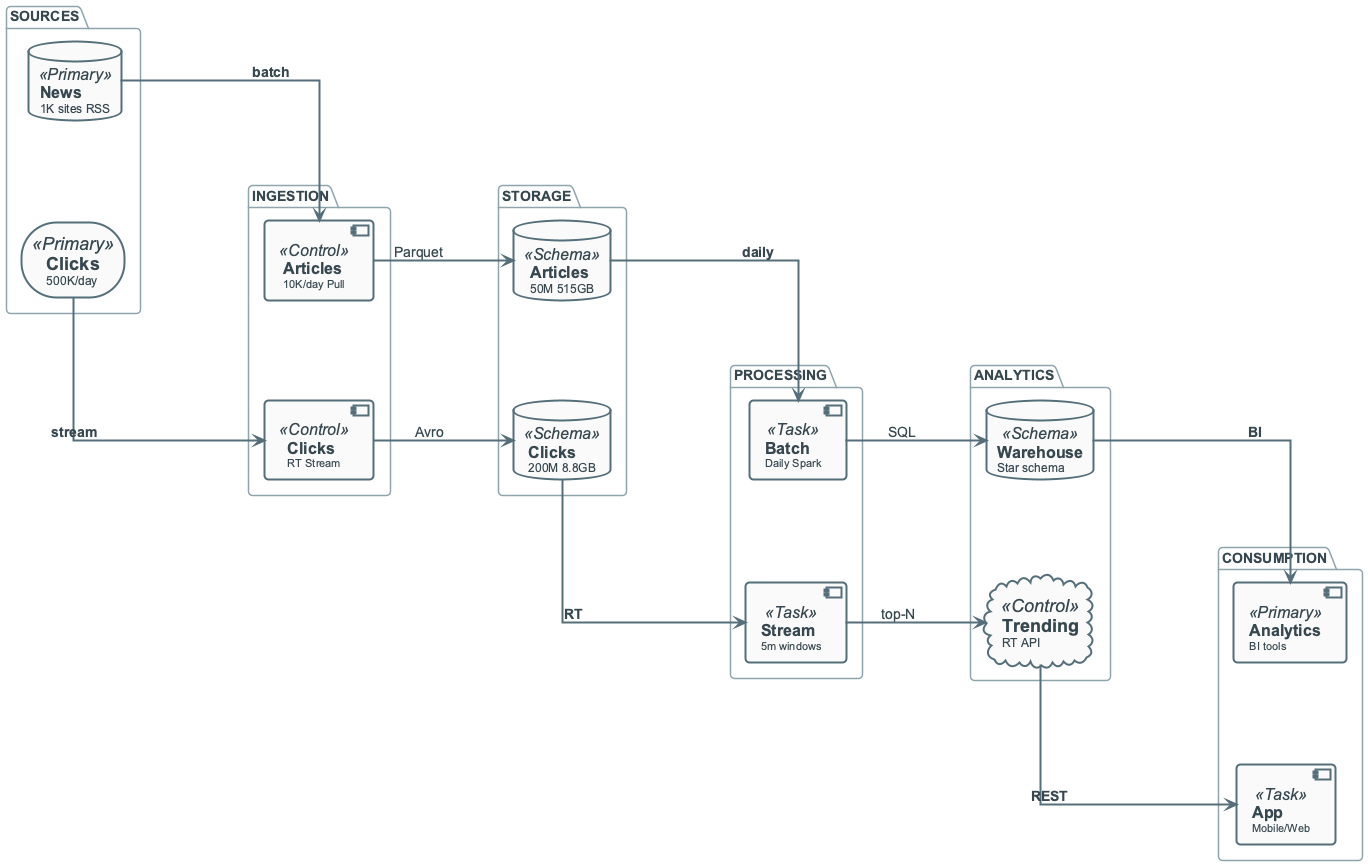
The PlantUML diagram diagrams/week01/week1_practice_slide15_architecture.png in OrPerets/data-engineering-course, before a commit.
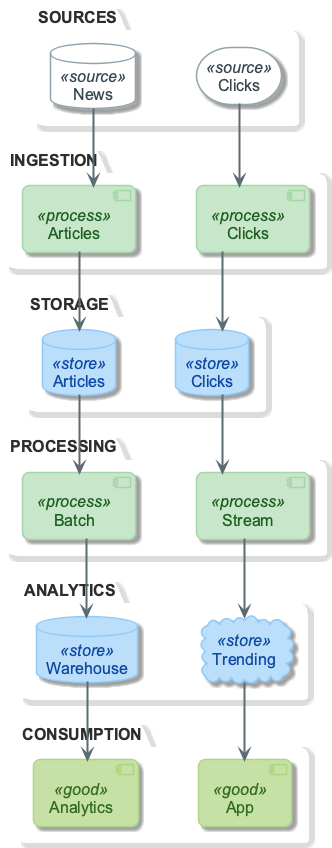
After the change.

Change to the diagram source:
```diff
@@ -1,56 +1,50 @@
 @startuml
 !include ../_template_styles.puml
+!include _week1_visual_style.puml
+
 top to bottom direction
+skinparam nodesep 60
+skinparam ranksep 50
 
-package "SOURCES" as P_SRC #FFFFFF {
-    database "**News**\n<size:12>1K sites RSS</size>" as SOURCES <<Primary>>
-    storage "**Clicks**\n<size:12>500K/day</size>" as CLICKS <<Primary>>
-    SOURCES -[hidden]- CLICKS
+package "SOURCES" {
+  database "News" as NEWS <<source>>
+  storage "Clicks" as CLICKS <<source>>
 }
 
-package "INGESTION" as P_ING #FFFFFF {
-    component "**Articles**\n<size:11>10K/day Pull</size>" as INGEST_ART <<Control>>
-    component "**Clicks**\n<size:11>RT Stream</size>" as INGEST_CLICK <<Control>>
-    INGEST_ART -[hidden]- INGEST_CLICK
+package "INGESTION" {
+  component "Articles" as INGEST_ART <<process>>
+  component "Clicks" as INGEST_CLICK <<process>>
 }
 
-package "STORAGE" as P_STO #FFFFFF {
-    database "**Articles**\n<size:12>50M 515GB</size>" as RAW_ART <<Schema>>
-    database "**Clicks**\n<size:12>200M 8.8GB</size>" as RAW_CLICK <<Schema>>
-    RAW_ART -[hidden]- RAW_CLICK
+package "STORAGE" {
+  database "Articles" as RAW_ART <<store>>
+  database "Clicks" as RAW_CLICK <<store>>
 }
 
-package "PROCESSING" as P_PROC #FFFFFF {
-    component "**Batch**\n<size:11>Daily Spark</size>" as BATCH <<Task>>
-    component "**Stream**\n<size:11>5m windows</size>" as STREAM <<Task>>
-    BATCH -[hidden]- STREAM
+package "PROCESSING" {
+  component "Batch" as BATCH <<process>>
+  component "Stream" as STREAM <<process>>
 }
 
-package "ANALYTICS" as P_ANAL #FFFFFF {
-    database "**Warehouse**\n<size:12>Star schema</size>" as WAREHOUSE <<Schema>>
-    cloud "**Trending**\n<size:12>RT API</size>" as TRENDING <<Control>>
-    WAREHOUSE -[hidden]- TRENDING
+package "ANALYTICS" {
+  database "Warehouse" as WAREHOUSE <<store>>
+  cloud "Trending" as TRENDING <<store>>
 }
 
-package "CONSUMPTION" as P_CONS #FFFFFF {
-    component "**Analytics**\n<size:11>BI tools</size>" as DASHBOARD <<Primary>>
-    component "**App**\n<size:11>Mobile/Web</size>" as APP <<Task>>
-    DASHBOARD -[hidden]- APP
+package "CONSUMPTION" {
+  component "Analytics" as DASHBOARD <<good>>
+  component "App" as APP <<good>>
 }
 
-SOURCES -down-> INGEST_ART : **batch**
-CLICKS -down-> INGEST_CLICK : **stream**
-
-INGEST_ART -right-> RAW_ART : Parquet
-INGEST_CLICK -right-> RAW_CLICK : Avro
-
-RAW_ART -down-> BATCH : **daily**
-RAW_CLICK -down-> STREAM : **RT**
-
-BATCH -right-> WAREHOUSE : SQL
-STREAM -right-> TRENDING : top-N
-
-WAREHOUSE -down-> DASHBOARD : **BI**
-TRENDING -down-> APP : **REST**
+NEWS -down-> INGEST_ART
+CLICKS -down-> INGEST_CLICK
+INGEST_ART -down-> RAW_ART
+INGEST_CLICK -down-> RAW_CLICK
+RAW_ART -down-> BATCH
+RAW_CLICK -down-> STREAM
+BATCH -down-> WAREHOUSE
+STREAM -down-> TRENDING
+WAREHOUSE -down-> DASHBOARD
+TRENDING -down-> APP
 
 @enduml
```
